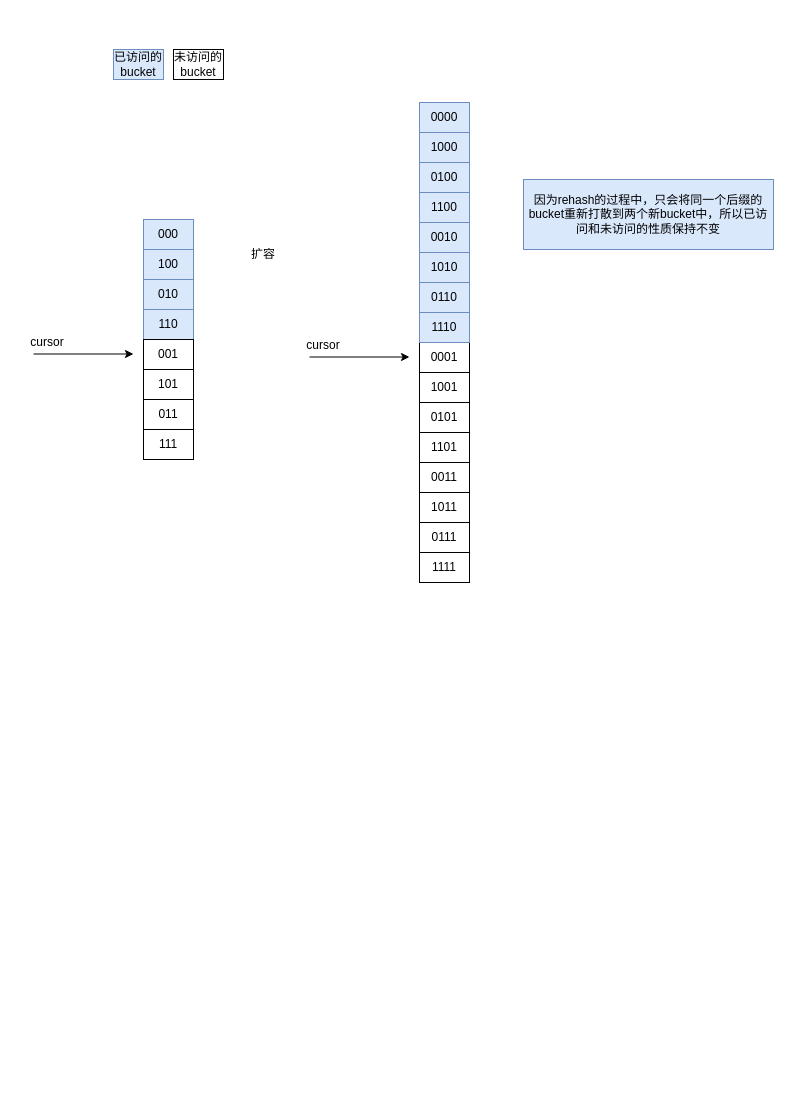
This is redis-src.drawio from xhd2015/bog, a draw.io file, before an edit. Source tidied: cells renumbered, new cells numbered last; positions are measured from the earlier drawing's top-left corner, leaving out a move shared by most shapes. Both pictures are drawn from the tidied source at 100%, with x=0, y=0 at pixel (17, 49).
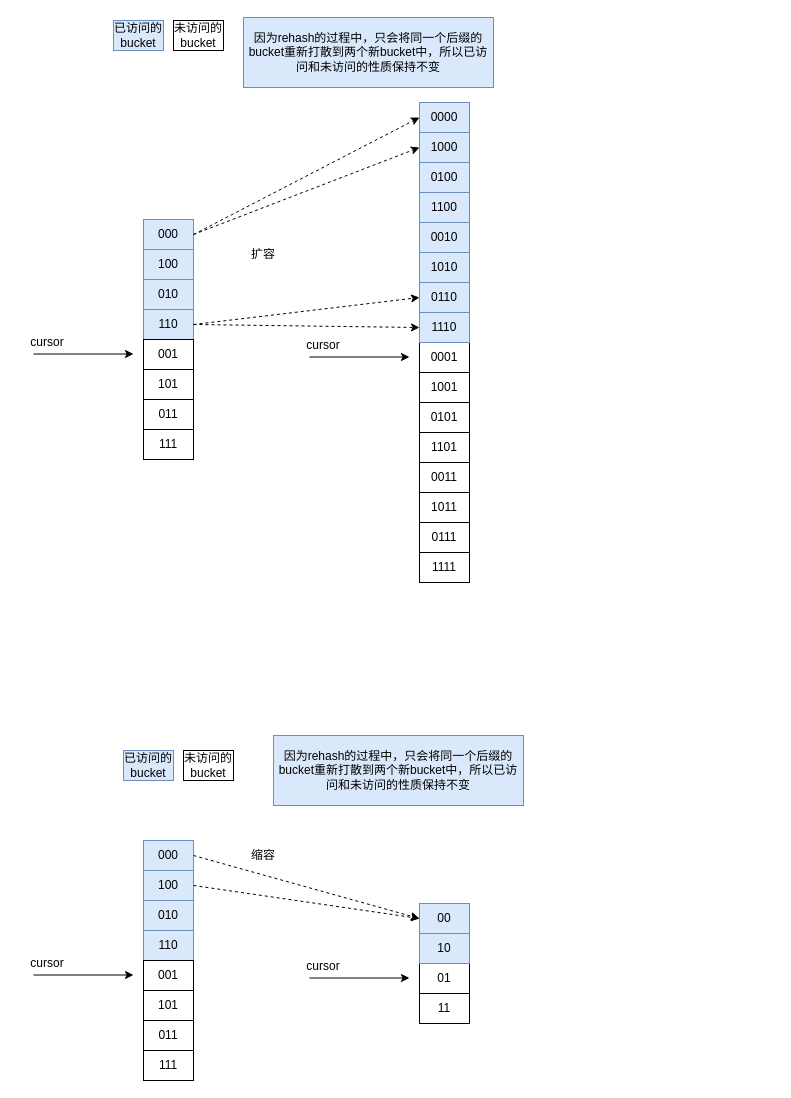
The same page after the edit.

Unchanged cells that the change refers to:
```xml
<mxCell id="2" value="000" style="rounded=0;whiteSpace=wrap;html=1;fillColor=#dae8fc;strokeColor=#6c8ebf;" parent="1" vertex="1">
  <mxGeometry x="126" y="170" width="50" height="30" as="geometry" />
</mxCell>
<mxCell id="5" value="110" style="rounded=0;whiteSpace=wrap;html=1;fillColor=#dae8fc;strokeColor=#6c8ebf;" parent="1" vertex="1">
  <mxGeometry x="126" y="260" width="50" height="30" as="geometry" />
</mxCell>
<mxCell id="14" value="0000" style="rounded=0;whiteSpace=wrap;html=1;fillColor=#dae8fc;strokeColor=#6c8ebf;" parent="1" vertex="1">
  <mxGeometry x="402" y="53" width="50" height="30" as="geometry" />
</mxCell>
<mxCell id="15" value="1000" style="rounded=0;whiteSpace=wrap;html=1;fillColor=#dae8fc;strokeColor=#6c8ebf;" parent="1" vertex="1">
  <mxGeometry x="402" y="83" width="50" height="30" as="geometry" />
</mxCell>
<mxCell id="27" value="0110" style="rounded=0;whiteSpace=wrap;html=1;fillColor=#dae8fc;strokeColor=#6c8ebf;" parent="1" vertex="1">
  <mxGeometry x="402" y="233" width="50" height="30" as="geometry" />
</mxCell>
<mxCell id="28" value="1110" style="rounded=0;whiteSpace=wrap;html=1;fillColor=#dae8fc;strokeColor=#6c8ebf;" parent="1" vertex="1">
  <mxGeometry x="402" y="263" width="50" height="30" as="geometry" />
</mxCell>
```

What changed in the source:
```diff
@@
     <mxCell id="12" value="已访问的bucket" style="rounded=0;whiteSpace=wrap;html=1;fillColor=#dae8fc;strokeColor=#6c8ebf;" parent="1" vertex="1">
-      <mxGeometry x="96" width="50" height="30" as="geometry" />
+      <mxGeometry x="96" y="-29" width="50" height="30" as="geometry" />
     </mxCell>
     <mxCell id="13" value="未访问的bucket" style="rounded=0;whiteSpace=wrap;html=1;" parent="1" vertex="1">
-      <mxGeometry x="156" width="50" height="30" as="geometry" />
+      <mxGeometry x="156" y="-29" width="50" height="30" as="geometry" />
     </mxCell>
@@
     <mxCell id="33" value="因为rehash的过程中，只会将同一个后缀的bucket重新打散到两个新bucket中，所以已访问和未访问的性质保持不变" style="text;html=1;strokeColor=#6c8ebf;fillColor=#dae8fc;align=center;verticalAlign=middle;whiteSpace=wrap;rounded=0;" parent="1" vertex="1">
-      <mxGeometry x="506" y="130" width="250" height="70" as="geometry" />
+      <mxGeometry x="226" y="-32" width="250" height="70" as="geometry" />
     </mxCell>
+    <mxCell id="34" value="000" style="rounded=0;whiteSpace=wrap;html=1;fillColor=#dae8fc;strokeColor=#6c8ebf;" parent="1" vertex="1">
+      <mxGeometry x="126" y="791" width="50" height="30" as="geometry" />
+    </mxCell>
+    <mxCell id="35" value="100" style="rounded=0;whiteSpace=wrap;html=1;fillColor=#dae8fc;strokeColor=#6c8ebf;" parent="1" vertex="1">
+      <mxGeometry x="126" y="821" width="50" height="30" as="geometry" />
+    </mxCell>
+    <mxCell id="36" value="010" style="rounded=0;whiteSpace=wrap;html=1;fillColor=#dae8fc;strokeColor=#6c8ebf;" parent="1" vertex="1">
+      <mxGeometry x="126" y="851" width="50" height="30" as="geometry" />
+    </mxCell>
+    <mxCell id="37" value="110" style="rounded=0;whiteSpace=wrap;html=1;fillColor=#dae8fc;strokeColor=#6c8ebf;" parent="1" vertex="1">
+      <mxGeometry x="126" y="881" width="50" height="30" as="geometry" />
+    </mxCell>
+    <mxCell id="38" value="001" style="rounded=0;whiteSpace=wrap;html=1;" parent="1" vertex="1">
+      <mxGeometry x="126" y="911" width="50" height="30" as="geometry" />
+    </mxCell>
+    <mxCell id="39" value="101" style="rounded=0;whiteSpace=wrap;html=1;" parent="1" vertex="1">
+      <mxGeometry x="126" y="941" width="50" height="30" as="geometry" />
+    </mxCell>
+    <mxCell id="40" value="011" style="rounded=0;whiteSpace=wrap;html=1;" parent="1" vertex="1">
+      <mxGeometry x="126" y="971" width="50" height="30" as="geometry" />
+    </mxCell>
+    <mxCell id="41" value="111" style="rounded=0;whiteSpace=wrap;html=1;" parent="1" vertex="1">
+      <mxGeometry x="126" y="1001" width="50" height="30" as="geometry" />
+    </mxCell>
+    <mxCell id="42" style="endArrow=classic;html=1;rounded=0;" parent="1" edge="1">
+      <mxGeometry relative="1" as="geometry">
+        <mxPoint x="16" y="925.5" as="sourcePoint" />
+        <mxPoint x="116" y="925.5" as="targetPoint" />
+      </mxGeometry>
+    </mxCell>
+    <mxCell id="43" value="cursor" style="text;html=1;strokeColor=none;fillColor=none;align=center;verticalAlign=middle;whiteSpace=wrap;rounded=0;" parent="1" vertex="1">
+      <mxGeometry y="899" width="60" height="30" as="geometry" />
+    </mxCell>
+    <mxCell id="44" value="已访问的bucket" style="rounded=0;whiteSpace=wrap;html=1;fillColor=#dae8fc;strokeColor=#6c8ebf;" parent="1" vertex="1">
+      <mxGeometry x="106" y="701" width="50" height="30" as="geometry" />
+    </mxCell>
+    <mxCell id="45" value="未访问的bucket" style="rounded=0;whiteSpace=wrap;html=1;" parent="1" vertex="1">
+      <mxGeometry x="166" y="701" width="50" height="30" as="geometry" />
+    </mxCell>
+    <mxCell id="46" value="01" style="rounded=0;whiteSpace=wrap;html=1;" parent="1" vertex="1">
+      <mxGeometry x="402" y="914" width="50" height="30" as="geometry" />
+    </mxCell>
+    <mxCell id="47" value="11" style="rounded=0;whiteSpace=wrap;html=1;" parent="1" vertex="1">
+      <mxGeometry x="402" y="944" width="50" height="30" as="geometry" />
+    </mxCell>
+    <mxCell id="48" style="endArrow=classic;html=1;rounded=0;" parent="1" edge="1">
+      <mxGeometry relative="1" as="geometry">
+        <mxPoint x="292" y="928.5" as="sourcePoint" />
+        <mxPoint x="392" y="928.5" as="targetPoint" />
+      </mxGeometry>
+    </mxCell>
+    <mxCell id="49" value="cursor" style="text;html=1;strokeColor=none;fillColor=none;align=center;verticalAlign=middle;whiteSpace=wrap;rounded=0;" parent="1" vertex="1">
+      <mxGeometry x="276" y="902" width="60" height="30" as="geometry" />
+    </mxCell>
+    <mxCell id="50" value="缩容" style="text;html=1;strokeColor=none;fillColor=none;align=center;verticalAlign=middle;whiteSpace=wrap;rounded=0;" parent="1" vertex="1">
+      <mxGeometry x="216" y="791" width="60" height="30" as="geometry" />
+    </mxCell>
+    <mxCell id="51" value="00" style="rounded=0;whiteSpace=wrap;html=1;fillColor=#dae8fc;strokeColor=#6c8ebf;" parent="1" vertex="1">
+      <mxGeometry x="402" y="854" width="50" height="30" as="geometry" />
+    </mxCell>
+    <mxCell id="52" value="10" style="rounded=0;whiteSpace=wrap;html=1;fillColor=#dae8fc;strokeColor=#6c8ebf;" parent="1" vertex="1">
+      <mxGeometry x="402" y="884" width="50" height="30" as="geometry" />
+    </mxCell>
+    <mxCell id="53" value="因为rehash的过程中，只会将同一个后缀的bucket重新打散到两个新bucket中，所以已访问和未访问的性质保持不变" style="text;html=1;strokeColor=#6c8ebf;fillColor=#dae8fc;align=center;verticalAlign=middle;whiteSpace=wrap;rounded=0;" parent="1" vertex="1">
+      <mxGeometry x="256" y="686" width="250" height="70" as="geometry" />
+    </mxCell>
+    <mxCell id="54" style="endArrow=classic;html=1;rounded=0;dashed=1;entryX=0;entryY=0.5;entryDx=0;entryDy=0;exitX=1;exitY=0.5;exitDx=0;exitDy=0;" parent="1" edge="1" source="2" target="14">
+      <mxGeometry relative="1" as="geometry" />
+    </mxCell>
+    <mxCell id="55" style="endArrow=classic;html=1;rounded=0;dashed=1;entryX=0;entryY=0.5;entryDx=0;entryDy=0;exitX=1;exitY=0.5;exitDx=0;exitDy=0;" parent="1" edge="1" source="2" target="15">
+      <mxGeometry relative="1" as="geometry" />
+    </mxCell>
+    <mxCell id="56" style="endArrow=classic;html=1;rounded=0;dashed=1;entryX=0;entryY=0.5;entryDx=0;entryDy=0;exitX=1;exitY=0.5;exitDx=0;exitDy=0;" parent="1" edge="1" source="5" target="28">
+      <mxGeometry relative="1" as="geometry" />
+    </mxCell>
+    <mxCell id="57" style="endArrow=classic;html=1;rounded=0;dashed=1;entryX=0;entryY=0.5;entryDx=0;entryDy=0;exitX=1;exitY=0.5;exitDx=0;exitDy=0;" parent="1" edge="1" source="5" target="27">
+      <mxGeometry relative="1" as="geometry" />
+    </mxCell>
+    <mxCell id="58" style="endArrow=classic;html=1;rounded=0;dashed=1;entryX=0;entryY=0.5;entryDx=0;entryDy=0;exitX=1;exitY=0.5;exitDx=0;exitDy=0;" parent="1" edge="1" source="34" target="51">
+      <mxGeometry relative="1" as="geometry" />
+    </mxCell>
+    <mxCell id="59" style="endArrow=classic;html=1;rounded=0;dashed=1;entryX=0;entryY=0.5;entryDx=0;entryDy=0;exitX=1;exitY=0.5;exitDx=0;exitDy=0;" parent="1" edge="1" source="35" target="51">
+      <mxGeometry relative="1" as="geometry" />
+    </mxCell>
```
